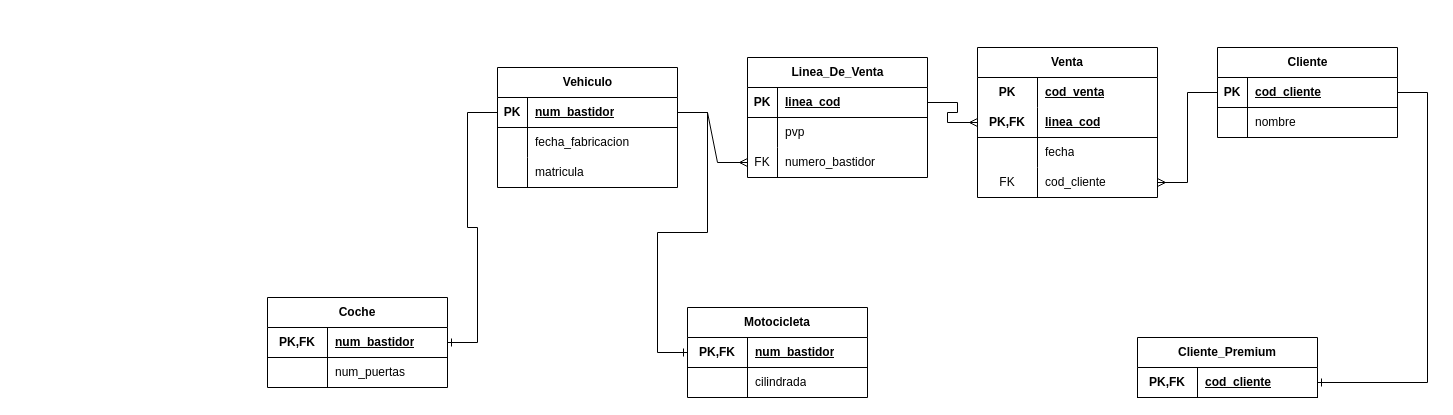
Above: Base de Datos/UD7/DIAGRAMAS/Ejercicio3.drawio in GonzalezCortesSergio/Sergio_Gonzalez_Cortes (draw.io), before the change. Source tidied: cells renumbered, new cells numbered last; positions are measured from the earlier drawing's top-left corner, leaving out a move shared by most shapes. Both pictures are drawn from the tidied source at 100%, with x=0, y=0 at pixel (267, 47).
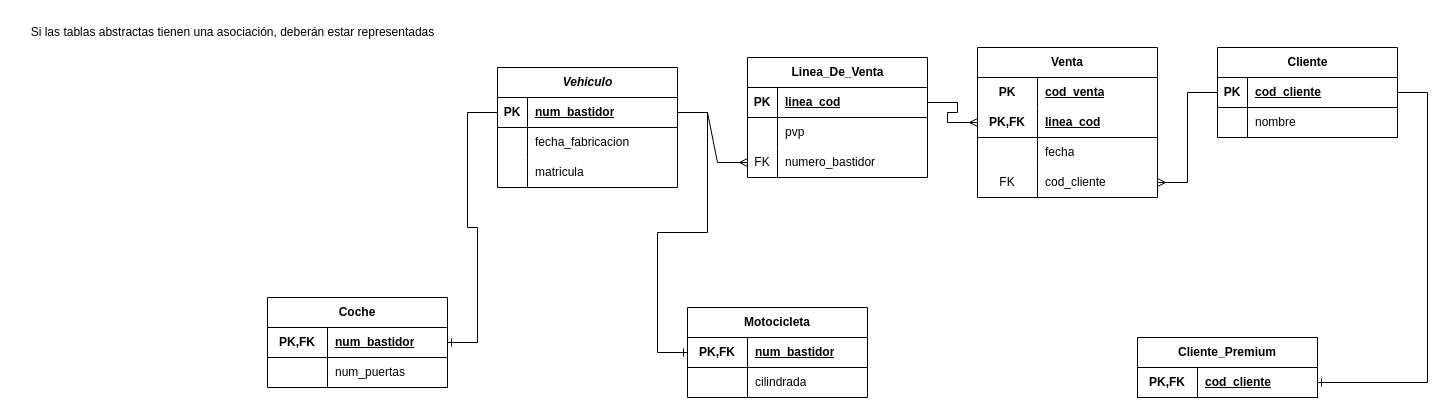
After the change.

Commit message (it also covers changes not shown here):
Algunos comentarios al ejercicio 3

What changed in the source:
```diff
@@
-    <mxCell id="2" value="Vehiculo" style="shape=table;startSize=30;childLayout=tableLayout;rowLines=0;fontStyle=1;align=center;html=1;" parent="1" vertex="1">
+    <mxCell id="2" value="&lt;i&gt;Vehiculo&lt;/i&gt;" style="shape=table;startSize=30;childLayout=tableLayout;rowLines=0;fontStyle=1;align=center;html=1;" parent="1" vertex="1">
       <mxGeometry x="230" y="20" width="180" height="120" as="geometry" />
     </mxCell>
@@
+    <mxCell id="66" value="Si las tablas abstractas tienen una asociación, deberán estar representadas&lt;br&gt;" style="text;html=1;align=center;verticalAlign=middle;strokeColor=none;fillColor=none;" parent="1" vertex="1">
+      <mxGeometry x="-250" y="-30" width="430" height="30" as="geometry" />
+    </mxCell>
```
